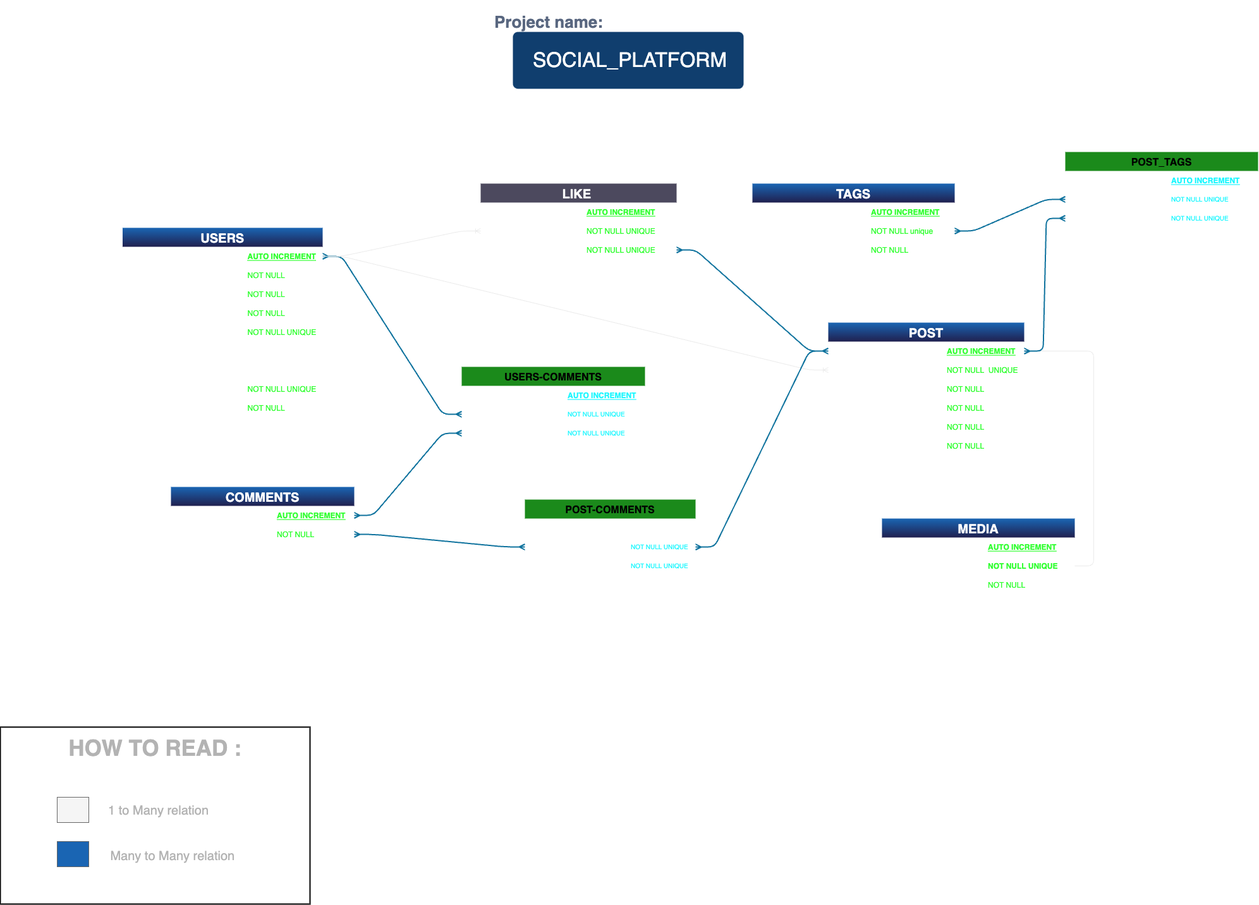
Before: DIAGRAM/er_diagram.drawio.png, a diagram exported from draw.io (RaffaeleVallifuoco/social-platform). Source tidied: cells renumbered, new cells last; positions are measured from the earlier drawing's top-left corner, leaving out a move shared by most shapes.
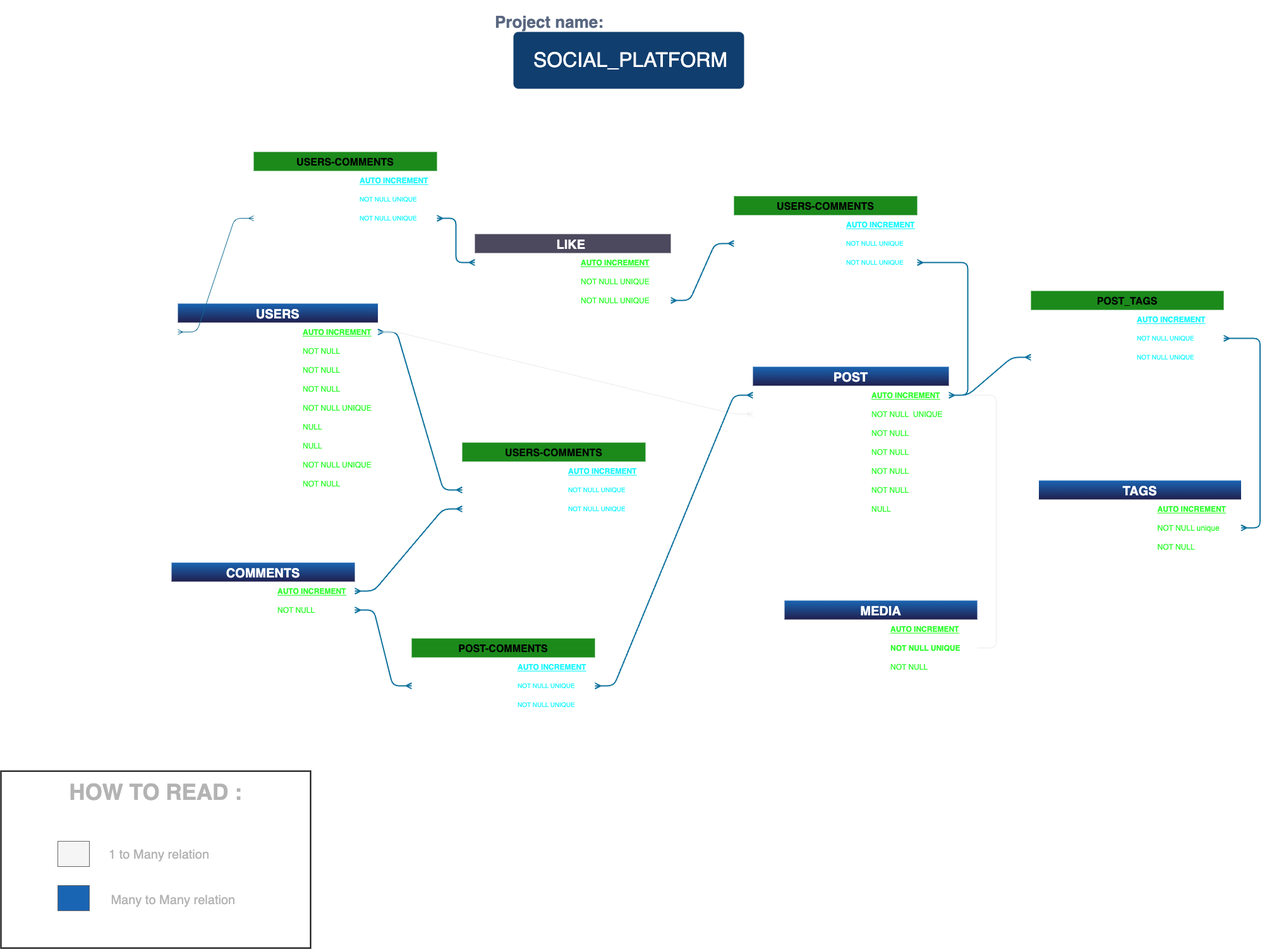
After the commit.

Change to the diagram source:
```diff
@@ -5,9 +5,9 @@
     <mxCell id="2" value="&lt;font style=&quot;font-size: 26px;&quot;&gt;Project name:&lt;/font&gt;" style="fillColor=none;strokeColor=none;html=1;fontSize=11;fontStyle=0;align=left;fontColor=#596780;fontStyle=1;fontSize=11;" parent="1" vertex="1">
-      <mxGeometry x="780" width="315" height="70" as="geometry" />
+      <mxGeometry x="780" y="-70" width="315" height="70" as="geometry" />
     </mxCell>
     <mxCell id="3" value="&lt;font style=&quot;font-size: 32px;&quot;&gt;SOCIAL_PLATFORM&lt;/font&gt;" style="rounded=1;arcSize=9;fillColor=#103E6E;align=center;spacingLeft=5;strokeColor=#DEE1E6;html=1;strokeWidth=0;fontSize=12;fontColor=#FFFFFF;" parent="1" vertex="1">
-      <mxGeometry x="811" y="50" width="365" height="90" as="geometry" />
+      <mxGeometry x="811" y="-20" width="365" height="90" as="geometry" />
     </mxCell>
     <mxCell id="4" value="USERS" style="shape=table;startSize=30;rowLines=0;fontStyle=1;align=center;fontSize=20;fontColor=#FFFFFF;fillColor=#1A65B3;gradientColor=#20204F;gradientDirection=south;strokeColor=none;labelBorderColor=none;" parent="1" vertex="1">
-      <mxGeometry x="193.5" y="360" width="316.5" height="300" as="geometry" />
+      <mxGeometry x="280" y="410" width="316.5" height="300" as="geometry" />
     </mxCell>
@@ -82,3 +82,3 @@
     </mxCell>
-    <mxCell id="28" style="shape=partialRectangle;fillColor=none;top=0;left=0;bottom=0;right=0;align=left;spacingLeft=6;overflow=hidden;fontSize=12;fontColor=#33FF33;" parent="25" vertex="1">
+    <mxCell id="28" value="NULL" style="shape=partialRectangle;fillColor=none;top=0;left=0;bottom=0;right=0;align=left;spacingLeft=6;overflow=hidden;fontSize=12;fontColor=#33FF33;" parent="25" vertex="1">
       <mxGeometry x="190" width="126.5" height="30" as="geometry" />
@@ -94,3 +94,3 @@
     </mxCell>
-    <mxCell id="32" style="shape=partialRectangle;fillColor=none;top=0;left=0;bottom=0;right=0;align=left;spacingLeft=6;overflow=hidden;fontSize=12;fontColor=#33FF33;" parent="29" vertex="1">
+    <mxCell id="32" value="NULL" style="shape=partialRectangle;fillColor=none;top=0;left=0;bottom=0;right=0;align=left;spacingLeft=6;overflow=hidden;fontSize=12;fontColor=#33FF33;" parent="29" vertex="1">
       <mxGeometry x="190" width="126.5" height="30" as="geometry" />
@@ -122,3 +122,3 @@
     <mxCell id="41" value="POST" style="shape=table;startSize=30;rowLines=0;fontStyle=1;align=center;fontSize=20;fontColor=#FFFFFF;fillColor=#1A65B3;gradientColor=#20204F;gradientDirection=south;strokeColor=none;" parent="1" vertex="1">
-      <mxGeometry x="1310" y="510" width="310" height="240" as="geometry" />
+      <mxGeometry x="1190" y="510" width="310" height="240" as="geometry" />
     </mxCell>
@@ -205,3 +205,3 @@
     </mxCell>
-    <mxCell id="69" style="shape=partialRectangle;fillColor=none;top=0;left=0;bottom=0;right=0;align=left;spacingLeft=6;overflow=hidden;fontSize=12;fontColor=#33FF33;" parent="66" vertex="1">
+    <mxCell id="69" value="NULL" style="shape=partialRectangle;fillColor=none;top=0;left=0;bottom=0;right=0;align=left;spacingLeft=6;overflow=hidden;fontSize=12;fontColor=#33FF33;" parent="66" vertex="1">
       <mxGeometry x="180" width="130" height="30" as="geometry" />
@@ -209,3 +209,3 @@
     <mxCell id="70" value="MEDIA" style="shape=table;startSize=30;rowLines=0;fontStyle=1;align=center;fontSize=20;fontColor=#FFFFFF;fillColor=#1A65B3;gradientColor=#20204F;gradientDirection=south;strokeColor=none;" parent="1" vertex="1">
-      <mxGeometry x="1395" y="820" width="305" height="120" as="geometry" />
+      <mxGeometry x="1240" y="880" width="305" height="120" as="geometry" />
     </mxCell>
@@ -248,3 +248,3 @@
     <mxCell id="83" value="TAGS" style="shape=table;startSize=30;rowLines=0;fontStyle=1;align=center;fontSize=20;fontColor=#FFFFFF;fillColor=#1A65B3;gradientColor=#20204F;gradientDirection=south;strokeColor=none;" parent="1" vertex="1">
-      <mxGeometry x="1190" y="290" width="320" height="120" as="geometry" />
+      <mxGeometry x="1642.5" y="690" width="320" height="120" as="geometry" />
     </mxCell>
@@ -287,3 +287,3 @@
     <mxCell id="96" value="LIKE " style="shape=table;startSize=30;rowLines=0;fontStyle=1;align=center;fontSize=20;fontColor=#FFFFFF;fillColor=#4C495E;strokeColor=none;gradientColor=none;swimlaneFillColor=none;" parent="1" vertex="1">
-      <mxGeometry x="760" y="290" width="310" height="120" as="geometry" />
+      <mxGeometry x="750" y="300" width="310" height="120" as="geometry" />
     </mxCell>
@@ -326,3 +326,3 @@
     <mxCell id="109" value="COMMENTS" style="shape=table;startSize=30;rowLines=0;fontStyle=1;align=center;fontSize=20;fontColor=#FFFFFF;fillColor=#1A65B3;gradientColor=#20204F;gradientDirection=south;strokeColor=none;" parent="1" vertex="1">
-      <mxGeometry x="270" y="770" width="290" height="90" as="geometry" />
+      <mxGeometry x="270" y="820" width="290" height="90" as="geometry" />
     </mxCell>
@@ -353,3 +353,3 @@
     <mxCell id="118" value="USERS-COMMENTS" style="shape=table;startSize=30;rowLines=0;fontStyle=1;align=center;fontSize=16;fontColor=default;fillColor=#1B8A1B;rounded=0;shadow=0;strokeColor=none;strokeWidth=1;" parent="1" vertex="1">
-      <mxGeometry x="730" y="580" width="290" height="120" as="geometry" />
+      <mxGeometry x="730" y="630" width="290" height="120" as="geometry" />
     </mxCell>
@@ -401,6 +401,6 @@
     <mxCell id="134" value="POST-COMMENTS" style="shape=table;startSize=30;rowLines=0;fontStyle=1;align=center;fontSize=16;fontColor=default;fillColor=#1B8A1B;rounded=0;shadow=0;strokeColor=none;strokeWidth=1;" parent="1" vertex="1">
-      <mxGeometry x="830" y="790" width="270" height="120" as="geometry" />
+      <mxGeometry x="650" y="940" width="290" height="130" as="geometry" />
     </mxCell>
     <mxCell id="135" style="shape=tableRow;horizontal=0;startSize=0;swimlaneHead=0;swimlaneBody=0;fillColor=none;top=0;left=0;right=0;bottom=0;fontSize=22;fontColor=#FFFFFF;" parent="134" vertex="1">
-      <mxGeometry y="30" width="270" height="30" as="geometry" />
+      <mxGeometry y="30" width="290" height="30" as="geometry" />
     </mxCell>
@@ -412,7 +412,7 @@
     </mxCell>
-    <mxCell id="138" style="shape=partialRectangle;fillColor=none;top=0;left=0;bottom=0;right=0;align=left;spacingLeft=6;fontStyle=5;overflow=hidden;fontSize=12;fontColor=#1CF7FF;" parent="135" vertex="1">
-      <mxGeometry x="160" width="110" height="30" as="geometry" />
+    <mxCell id="138" value="AUTO INCREMENT" style="shape=partialRectangle;fillColor=none;top=0;left=0;bottom=0;right=0;align=left;spacingLeft=6;fontStyle=5;overflow=hidden;fontSize=12;fontColor=#1CF7FF;" parent="135" vertex="1">
+      <mxGeometry x="160" width="130" height="30" as="geometry" />
     </mxCell>
     <mxCell id="139" style="shape=tableRow;horizontal=0;startSize=0;swimlaneHead=0;swimlaneBody=0;fillColor=none;points=[[0,0.5],[1,0.5]];portConstraint=eastwest;top=0;left=0;right=0;bottom=0;fontSize=22;fontColor=#FFFFFF;" parent="134" vertex="1">
-      <mxGeometry y="60" width="270" height="30" as="geometry" />
+      <mxGeometry y="60" width="290" height="30" as="geometry" />
     </mxCell>
@@ -425,6 +425,6 @@
     <mxCell id="142" value="NOT NULL UNIQUE" style="shape=partialRectangle;fillColor=none;top=0;left=0;bottom=0;right=0;align=left;spacingLeft=6;overflow=hidden;fontSize=10;fontColor=#1CF7FF;" parent="139" vertex="1">
-      <mxGeometry x="160" width="110" height="30" as="geometry" />
+      <mxGeometry x="160" width="130" height="30" as="geometry" />
     </mxCell>
     <mxCell id="143" style="shape=tableRow;horizontal=0;startSize=0;swimlaneHead=0;swimlaneBody=0;fillColor=none;top=0;left=0;right=0;bottom=0;fontSize=22;fontColor=#FFFFFF;" parent="134" vertex="1">
-      <mxGeometry y="90" width="270" height="30" as="geometry" />
+      <mxGeometry y="90" width="290" height="30" as="geometry" />
     </mxCell>
@@ -437,3 +437,3 @@
     <mxCell id="146" value="NOT NULL UNIQUE" style="shape=partialRectangle;fillColor=none;top=0;left=0;bottom=0;right=0;align=left;spacingLeft=6;overflow=hidden;fontSize=10;fontColor=#1CF7FF;" parent="143" vertex="1">
-      <mxGeometry x="160" width="110" height="30" as="geometry" />
+      <mxGeometry x="160" width="130" height="30" as="geometry" />
     </mxCell>
@@ -448,6 +448,3 @@
     </mxCell>
-    <mxCell id="150" style="edgeStyle=entityRelationEdgeStyle;fontSize=12;html=1;endArrow=ERoneToMany;fontFamily=Helvetica;fontColor=default;fillColor=#f5f5f5;strokeColor=#EBEBEB;" parent="1" edge="1" source="5" target="101">
-      <mxGeometry relative="1" as="geometry" />
-    </mxCell>
-    <mxCell id="151" style="edgeStyle=entityRelationEdgeStyle;fontSize=12;html=1;endArrow=ERmany;startArrow=ERmany;fontFamily=Helvetica;fontColor=default;fillColor=#b1ddf0;strokeColor=#10739e;strokeWidth=2;" parent="1" edge="1" source="42" target="105">
+    <mxCell id="151" style="edgeStyle=entityRelationEdgeStyle;fontSize=12;html=1;endArrow=ERmany;startArrow=ERmany;fontFamily=Helvetica;fontColor=default;fillColor=#b1ddf0;strokeColor=#10739e;strokeWidth=2;" parent="1" edge="1" source="189" target="105">
       <mxGeometry relative="1" as="geometry" />
@@ -464,3 +461,3 @@
     <mxCell id="155" value="POST_TAGS" style="shape=table;startSize=30;rowLines=0;fontStyle=1;align=center;fontSize=16;fontColor=default;fillColor=#1B8A1B;rounded=0;shadow=0;strokeColor=none;strokeWidth=1;" parent="1" vertex="1">
-      <mxGeometry x="1685" y="240" width="305" height="120" as="geometry" />
+      <mxGeometry x="1630" y="390" width="305" height="120" as="geometry" />
     </mxCell>
@@ -508,2 +505,89 @@
     </mxCell>
+    <mxCell id="170" value="USERS-COMMENTS" style="shape=table;startSize=30;rowLines=0;fontStyle=1;align=center;fontSize=16;fontColor=default;fillColor=#1B8A1B;rounded=0;shadow=0;strokeColor=none;strokeWidth=1;" parent="1" vertex="1">
+      <mxGeometry x="400" y="170" width="290" height="120" as="geometry" />
+    </mxCell>
+    <mxCell id="171" style="shape=tableRow;horizontal=0;startSize=0;swimlaneHead=0;swimlaneBody=0;fillColor=none;top=0;left=0;right=0;bottom=0;fontSize=22;fontColor=#FFFFFF;" parent="170" vertex="1">
+      <mxGeometry y="30" width="290" height="30" as="geometry" />
+    </mxCell>
+    <mxCell id="172" value="PK" style="shape=partialRectangle;fillColor=none;top=0;left=0;bottom=0;right=0;fontStyle=1;overflow=hidden;fontSize=14;fontColor=#FFFFFF;" parent="171" vertex="1">
+      <mxGeometry width="60" height="30" as="geometry" />
+    </mxCell>
+    <mxCell id="173" value="ID" style="shape=partialRectangle;fillColor=none;top=0;left=0;bottom=0;right=0;align=left;spacingLeft=6;fontStyle=5;overflow=hidden;fontSize=14;fontColor=#FFFFFF;" parent="171" vertex="1">
+      <mxGeometry x="60" width="100" height="30" as="geometry" />
+    </mxCell>
+    <mxCell id="174" value="AUTO INCREMENT" style="shape=partialRectangle;fillColor=none;top=0;left=0;bottom=0;right=0;align=left;spacingLeft=6;fontStyle=5;overflow=hidden;fontSize=12;fontColor=#1CF7FF;" parent="171" vertex="1">
+      <mxGeometry x="160" width="130" height="30" as="geometry" />
+    </mxCell>
+    <mxCell id="175" style="shape=tableRow;horizontal=0;startSize=0;swimlaneHead=0;swimlaneBody=0;fillColor=none;top=0;left=0;right=0;bottom=0;fontSize=22;fontColor=#FFFFFF;" parent="170" vertex="1">
+      <mxGeometry y="60" width="290" height="30" as="geometry" />
+    </mxCell>
+    <mxCell id="176" value="FK" style="shape=partialRectangle;fillColor=none;top=0;left=0;bottom=0;right=0;overflow=hidden;fontSize=14;fontColor=#FFFFFF;" parent="175" vertex="1">
+      <mxGeometry width="60" height="30" as="geometry" />
+    </mxCell>
+    <mxCell id="177" value="User_id" style="shape=partialRectangle;fillColor=none;top=0;left=0;bottom=0;right=0;align=left;spacingLeft=6;overflow=hidden;fontSize=14;fontColor=#FFFFFF;" parent="175" vertex="1">
+      <mxGeometry x="60" width="100" height="30" as="geometry" />
+    </mxCell>
+    <mxCell id="178" value="NOT NULL UNIQUE" style="shape=partialRectangle;fillColor=none;top=0;left=0;bottom=0;right=0;align=left;spacingLeft=6;overflow=hidden;fontSize=10;fontColor=#1CF7FF;" parent="175" vertex="1">
+      <mxGeometry x="160" width="130" height="30" as="geometry" />
+    </mxCell>
+    <mxCell id="179" style="shape=tableRow;horizontal=0;startSize=0;swimlaneHead=0;swimlaneBody=0;fillColor=none;points=[[0,0.5],[1,0.5]];portConstraint=eastwest;top=0;left=0;right=0;bottom=0;fontSize=22;fontColor=#FFFFFF;" parent="170" vertex="1">
+      <mxGeometry y="90" width="290" height="30" as="geometry" />
+    </mxCell>
+    <mxCell id="180" value="FK" style="shape=partialRectangle;fillColor=none;top=0;left=0;bottom=0;right=0;overflow=hidden;fontSize=14;fontColor=#FFFFFF;" parent="179" vertex="1">
+      <mxGeometry width="60" height="30" as="geometry" />
+    </mxCell>
+    <mxCell id="181" value="Like-id" style="shape=partialRectangle;fillColor=none;top=0;left=0;bottom=0;right=0;align=left;spacingLeft=6;overflow=hidden;fontSize=14;fontColor=#FFFFFF;" parent="179" vertex="1">
+      <mxGeometry x="60" width="100" height="30" as="geometry" />
+    </mxCell>
+    <mxCell id="182" value="NOT NULL UNIQUE" style="shape=partialRectangle;fillColor=none;top=0;left=0;bottom=0;right=0;align=left;spacingLeft=6;overflow=hidden;fontSize=10;fontColor=#1CF7FF;" parent="179" vertex="1">
+      <mxGeometry x="160" width="130" height="30" as="geometry" />
+    </mxCell>
+    <mxCell id="183" style="edgeStyle=entityRelationEdgeStyle;fontSize=12;html=1;endArrow=ERmany;startArrow=ERmany;fontFamily=Helvetica;fontColor=default;fillColor=#b1ddf0;strokeColor=#10739e;strokeWidth=2;entryX=1;entryY=0.5;entryDx=0;entryDy=0;" parent="1" edge="1" source="97" target="179">
+      <mxGeometry relative="1" as="geometry" />
+    </mxCell>
+    <mxCell id="184" value="USERS-COMMENTS" style="shape=table;startSize=30;rowLines=0;fontStyle=1;align=center;fontSize=16;fontColor=default;fillColor=#1B8A1B;rounded=0;shadow=0;strokeColor=none;strokeWidth=1;" parent="1" vertex="1">
+      <mxGeometry x="1160" y="240" width="290" height="120" as="geometry" />
+    </mxCell>
+    <mxCell id="185" style="shape=tableRow;horizontal=0;startSize=0;swimlaneHead=0;swimlaneBody=0;fillColor=none;top=0;left=0;right=0;bottom=0;fontSize=22;fontColor=#FFFFFF;" parent="184" vertex="1">
+      <mxGeometry y="30" width="290" height="30" as="geometry" />
+    </mxCell>
+    <mxCell id="186" value="PK" style="shape=partialRectangle;fillColor=none;top=0;left=0;bottom=0;right=0;fontStyle=1;overflow=hidden;fontSize=14;fontColor=#FFFFFF;" parent="185" vertex="1">
+      <mxGeometry width="60" height="30" as="geometry" />
+    </mxCell>
+    <mxCell id="187" value="ID" style="shape=partialRectangle;fillColor=none;top=0;left=0;bottom=0;right=0;align=left;spacingLeft=6;fontStyle=5;overflow=hidden;fontSize=14;fontColor=#FFFFFF;" parent="185" vertex="1">
+      <mxGeometry x="60" width="110" height="30" as="geometry" />
+    </mxCell>
+    <mxCell id="188" value="AUTO INCREMENT" style="shape=partialRectangle;fillColor=none;top=0;left=0;bottom=0;right=0;align=left;spacingLeft=6;fontStyle=5;overflow=hidden;fontSize=12;fontColor=#1CF7FF;" parent="185" vertex="1">
+      <mxGeometry x="170" width="120" height="30" as="geometry" />
+    </mxCell>
+    <mxCell id="189" style="shape=tableRow;horizontal=0;startSize=0;swimlaneHead=0;swimlaneBody=0;fillColor=none;points=[[0,0.5],[1,0.5]];portConstraint=eastwest;top=0;left=0;right=0;bottom=0;fontSize=22;fontColor=#FFFFFF;" parent="184" vertex="1">
+      <mxGeometry y="60" width="290" height="30" as="geometry" />
+    </mxCell>
+    <mxCell id="190" value="FK" style="shape=partialRectangle;fillColor=none;top=0;left=0;bottom=0;right=0;overflow=hidden;fontSize=14;fontColor=#FFFFFF;" parent="189" vertex="1">
+      <mxGeometry width="60" height="30" as="geometry" />
+    </mxCell>
+    <mxCell id="191" value="Like-id" style="shape=partialRectangle;fillColor=none;top=0;left=0;bottom=0;right=0;align=left;spacingLeft=6;overflow=hidden;fontSize=14;fontColor=#FFFFFF;" parent="189" vertex="1">
+      <mxGeometry x="60" width="110" height="30" as="geometry" />
+    </mxCell>
+    <mxCell id="192" value="NOT NULL UNIQUE" style="shape=partialRectangle;fillColor=none;top=0;left=0;bottom=0;right=0;align=left;spacingLeft=6;overflow=hidden;fontSize=10;fontColor=#1CF7FF;" parent="189" vertex="1">
+      <mxGeometry x="170" width="120" height="30" as="geometry" />
+    </mxCell>
+    <mxCell id="193" style="shape=tableRow;horizontal=0;startSize=0;swimlaneHead=0;swimlaneBody=0;fillColor=none;points=[[0,0.5],[1,0.5]];portConstraint=eastwest;top=0;left=0;right=0;bottom=0;fontSize=22;fontColor=#FFFFFF;" parent="184" vertex="1">
+      <mxGeometry y="90" width="290" height="30" as="geometry" />
+    </mxCell>
+    <mxCell id="194" value="FK" style="shape=partialRectangle;fillColor=none;top=0;left=0;bottom=0;right=0;overflow=hidden;fontSize=14;fontColor=#FFFFFF;" parent="193" vertex="1">
+      <mxGeometry width="60" height="30" as="geometry" />
+    </mxCell>
+    <mxCell id="195" value="Post_id" style="shape=partialRectangle;fillColor=none;top=0;left=0;bottom=0;right=0;align=left;spacingLeft=6;overflow=hidden;fontSize=14;fontColor=#FFFFFF;" parent="193" vertex="1">
+      <mxGeometry x="60" width="110" height="30" as="geometry" />
+    </mxCell>
+    <mxCell id="196" value="NOT NULL UNIQUE" style="shape=partialRectangle;fillColor=none;top=0;left=0;bottom=0;right=0;align=left;spacingLeft=6;overflow=hidden;fontSize=10;fontColor=#1CF7FF;" parent="193" vertex="1">
+      <mxGeometry x="170" width="120" height="30" as="geometry" />
+    </mxCell>
+    <mxCell id="197" style="edgeStyle=entityRelationEdgeStyle;fontSize=12;html=1;endArrow=ERmany;startArrow=ERmany;fontFamily=Helvetica;fontColor=default;fillColor=#b1ddf0;strokeColor=#10739e;strokeWidth=2;" parent="1" edge="1" source="42" target="193">
+      <mxGeometry relative="1" as="geometry" />
+    </mxCell>
+    <mxCell id="198" style="edgeStyle=entityRelationEdgeStyle;fontSize=12;html=1;endArrow=ERmany;startArrow=ERmany;strokeColor=#0E688F;entryX=0;entryY=0.5;entryDx=0;entryDy=0;exitX=0;exitY=0.5;exitDx=0;exitDy=0;" parent="1" edge="1" source="179" target="5">
+      <mxGeometry relative="1" as="geometry" />
+    </mxCell>
   </root>
```
